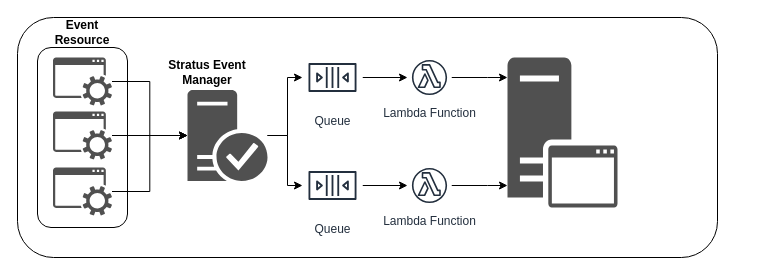
The draw.io diagram Task_Orchestrator.drawio in RamNull/System_Design, before the edit. Source tidied: cells renumbered, new cells numbered last; positions are measured from the earlier drawing's top-left corner, leaving out a move shared by most shapes. Both pictures are drawn from the tidied source at 100%, with x=0, y=0 at pixel (17, 17). Pictures stored in the file or linked from it are replaced by grey dashed boxes.
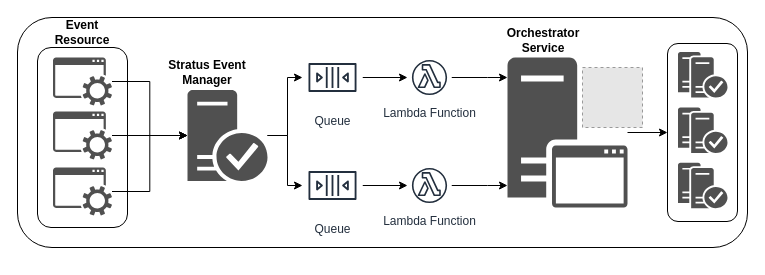
The same diagram, later.

What changed in the source:
```diff
@@
     <mxCell id="2" style="rounded=1;whiteSpace=wrap;html=1;" parent="1" vertex="1">
-      <mxGeometry width="700" height="240" as="geometry" />
+      <mxGeometry width="730" height="230" as="geometry" />
     </mxCell>
@@
+    <mxCell id="24" style="edgeStyle=orthogonalEdgeStyle;rounded=0;jettySize=auto;html=1;entryX=0;entryY=0.5;entryDx=0;entryDy=0;" parent="1" edge="1" source="23" target="26">
+      <mxGeometry relative="1" as="geometry" />
+    </mxCell>
     <mxCell id="23" style="sketch=0;shadow=0;dashed=0;html=1;strokeColor=none;fillColor=#505050;labelPosition=center;verticalLabelPosition=bottom;verticalAlign=top;outlineConnect=0;align=center;shape=mxgraph.office.servers.application_server;" parent="1" vertex="1">
-      <mxGeometry x="490" y="40" width="110" height="150" as="geometry" />
+      <mxGeometry x="490" y="40" width="120" height="150" as="geometry" />
     </mxCell>
+    <mxCell id="25" value="&lt;b&gt;Orchestrator Service&lt;/b&gt;" style="text;html=1;strokeColor=none;fillColor=none;align=center;verticalAlign=middle;whiteSpace=wrap;rounded=0;" parent="1" vertex="1">
+      <mxGeometry x="496" y="8" width="60" height="30" as="geometry" />
+    </mxCell>
+    <mxCell id="26" style="rounded=1;whiteSpace=wrap;html=1;" parent="1" vertex="1">
+      <mxGeometry x="650" y="26" width="70" height="178" as="geometry" />
+    </mxCell>
+    <mxCell id="27" style="fillColor=#E6E6E6;strokeColor=#999999;dashed=1;verticalLabelPosition=bottom;labelBackgroundColor=default;verticalAlign=top;" parent="1" vertex="1">
+      <mxGeometry x="565" y="50" width="60" height="60" as="geometry" />
+    </mxCell>
+    <mxCell id="28" style="sketch=0;shadow=0;dashed=0;html=1;strokeColor=none;fillColor=#505050;labelPosition=center;verticalLabelPosition=bottom;verticalAlign=top;align=center;shape=mxgraph.office.servers.trusted_application_pool;" parent="1" vertex="1">
+      <mxGeometry x="660.5" y="34.5" width="49.5" height="45.5" as="geometry" />
+    </mxCell>
+    <mxCell id="29" style="sketch=0;shadow=0;dashed=0;html=1;strokeColor=none;fillColor=#505050;labelPosition=center;verticalLabelPosition=bottom;verticalAlign=top;align=center;shape=mxgraph.office.servers.trusted_application_pool;" parent="1" vertex="1">
+      <mxGeometry x="660.5" y="90" width="49.5" height="45.5" as="geometry" />
+    </mxCell>
+    <mxCell id="30" style="sketch=0;shadow=0;dashed=0;html=1;strokeColor=none;fillColor=#505050;labelPosition=center;verticalLabelPosition=bottom;verticalAlign=top;align=center;shape=mxgraph.office.servers.trusted_application_pool;" parent="1" vertex="1">
+      <mxGeometry x="660.5" y="145.2" width="49.5" height="45.5" as="geometry" />
+    </mxCell>
```
